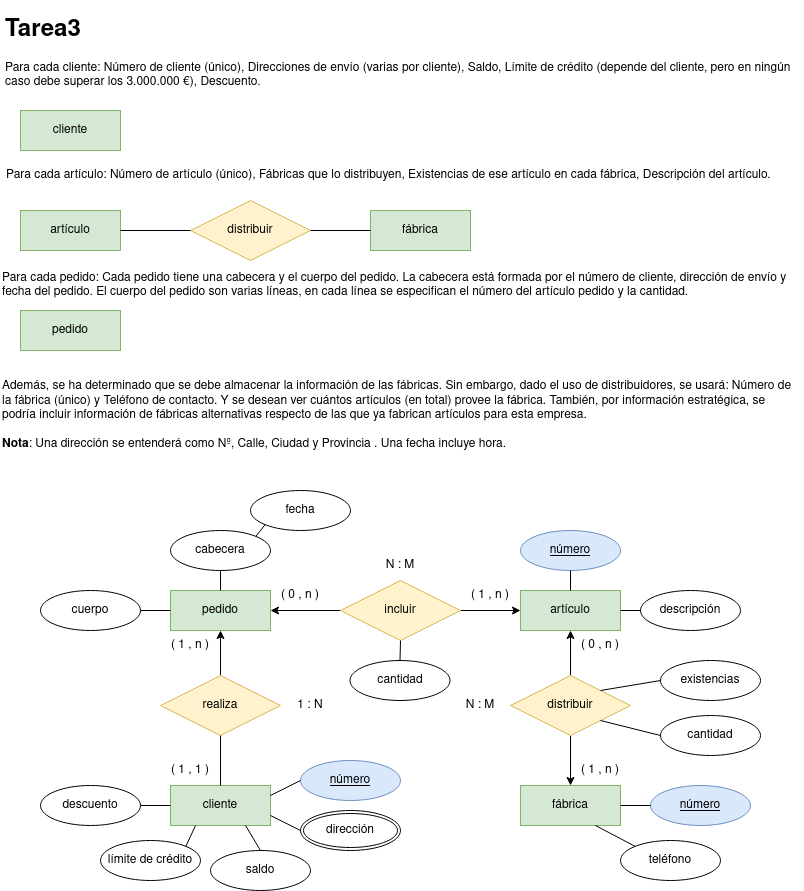
Earlier version of the draw.io export tareasER/tarea3.png (javigh193/bae). Source tidied: cells renumbered, new cells last; positions are measured from the earlier drawing's top-left corner, leaving out a move shared by most shapes.
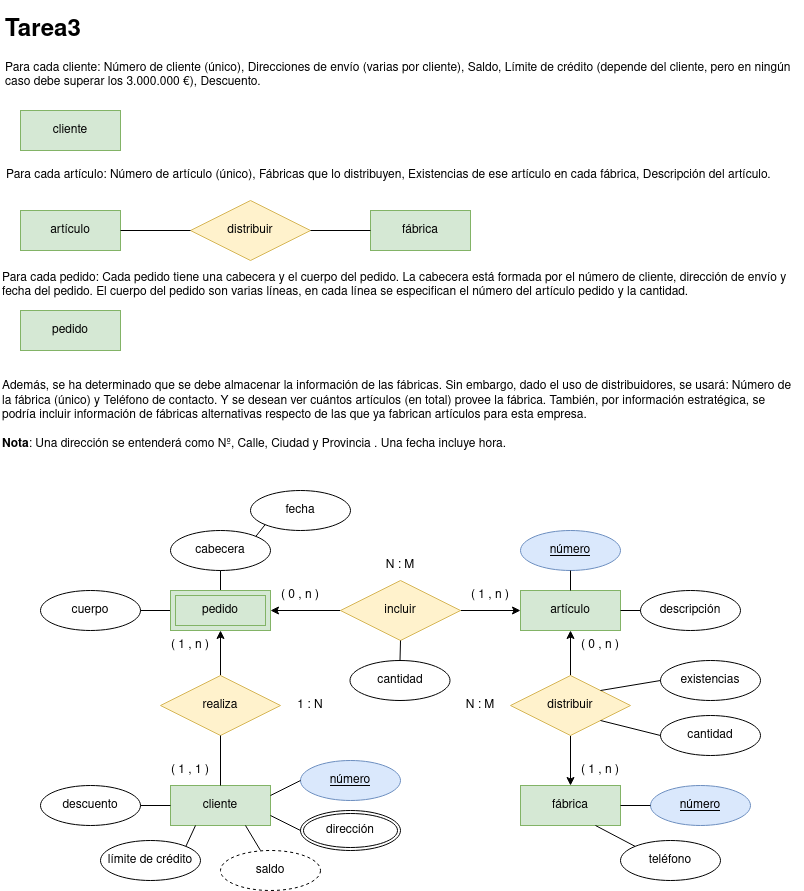
After the commit.

What changed in the source:
```diff
@@ -35,14 +35,13 @@
     <mxCell id="12" value="&lt;div&gt;Además, se ha determinado que se debe almacenar la información de las fábricas. Sin embargo, dado el uso de distribuidores, se usará: Número de la fábrica (único) y Teléfono de contacto. Y se desean ver cuántos artículos (en total) provee la fábrica. También, por información estratégica, se podría incluir información de fábricas alternativas respecto de las que ya fabrican artículos para esta empresa.&lt;/div&gt;&lt;div&gt;&lt;br&gt;&lt;/div&gt;&lt;div&gt;&lt;strong&gt;Nota&lt;/strong&gt;: Una dirección se entenderá como Nº, Calle, Ciudad y Provincia . Una fecha incluye hora.&lt;/div&gt;" style="text;html=1;strokeColor=none;fillColor=none;align=left;verticalAlign=middle;whiteSpace=wrap;rounded=0;" parent="1" vertex="1">
       <mxGeometry y="360" width="799" height="90" as="geometry" />
     </mxCell>
-    <mxCell id="13" value="&lt;div&gt;pedido&lt;/div&gt;" style="whiteSpace=wrap;html=1;align=center;fillColor=#d5e8d4;strokeColor=#82b366;" parent="1" vertex="1">
-      <mxGeometry x="170" y="580" width="100" height="40" as="geometry" />
-    </mxCell>
     <mxCell id="14" value="cliente" style="whiteSpace=wrap;html=1;align=center;fillColor=#d5e8d4;strokeColor=#82b366;" parent="1" vertex="1">
       <mxGeometry x="170" y="775" width="100" height="40" as="geometry" />
     </mxCell>
-    <mxCell id="15" style="edgeStyle=orthogonalEdgeStyle;rounded=0;jettySize=auto;html=1;entryX=0.5;entryY=1;entryDx=0;entryDy=0;" parent="1" edge="1" source="16" target="13">
-      <mxGeometry relative="1" as="geometry" />
+    <mxCell id="15" style="edgeStyle=orthogonalEdgeStyle;rounded=0;jettySize=auto;html=1;entryX=0.5;entryY=1;entryDx=0;entryDy=0;" parent="1" edge="1" source="16">
+      <mxGeometry relative="1" as="geometry">
+        <mxPoint x="220" y="620" as="targetPoint" />
+      </mxGeometry>
     </mxCell>
     <mxCell id="16" value="realiza" style="shape=rhombus;perimeter=rhombusPerimeter;whiteSpace=wrap;html=1;align=center;fillColor=#fff2cc;strokeColor=#d6b656;" parent="1" vertex="1">
       <mxGeometry x="160" y="665" width="120" height="60" as="geometry" />
@@ -53,8 +52,10 @@
     <mxCell id="18" style="edgeStyle=orthogonalEdgeStyle;rounded=0;jettySize=auto;html=1;entryX=0;entryY=0.5;entryDx=0;entryDy=0;" parent="1" edge="1" source="20" target="17">
       <mxGeometry relative="1" as="geometry" />
     </mxCell>
-    <mxCell id="19" style="edgeStyle=orthogonalEdgeStyle;rounded=0;jettySize=auto;html=1;entryX=1;entryY=0.5;entryDx=0;entryDy=0;" parent="1" edge="1" source="20" target="13">
-      <mxGeometry relative="1" as="geometry" />
+    <mxCell id="19" style="edgeStyle=orthogonalEdgeStyle;rounded=0;jettySize=auto;html=1;entryX=1;entryY=0.5;entryDx=0;entryDy=0;" parent="1" edge="1" source="20">
+      <mxGeometry relative="1" as="geometry">
+        <mxPoint x="270" y="600" as="targetPoint" />
+      </mxGeometry>
     </mxCell>
     <mxCell id="20" value="incluir" style="shape=rhombus;perimeter=rhombusPerimeter;whiteSpace=wrap;html=1;align=center;fillColor=#fff2cc;strokeColor=#d6b656;" parent="1" vertex="1">
       <mxGeometry x="340" y="570" width="120" height="60" as="geometry" />
@@ -107,9 +108,6 @@
     <mxCell id="36" value="dirección" style="ellipse;shape=doubleEllipse;margin=3;whiteSpace=wrap;html=1;align=center;" parent="1" vertex="1">
       <mxGeometry x="300" y="800" width="100" height="40" as="geometry" />
     </mxCell>
-    <mxCell id="37" value="saldo" style="ellipse;whiteSpace=wrap;html=1;align=center;" parent="1" vertex="1">
-      <mxGeometry x="210" y="840" width="100" height="40" as="geometry" />
-    </mxCell>
     <mxCell id="38" value="límite de crédito" style="ellipse;whiteSpace=wrap;html=1;align=center;" parent="1" vertex="1">
       <mxGeometry x="100" y="830" width="100" height="40" as="geometry" />
     </mxCell>
@@ -122,8 +120,10 @@
     <mxCell id="41" style="endArrow=none;html=1;rounded=0;exitX=0;exitY=0.5;exitDx=0;exitDy=0;entryX=1;entryY=0.75;entryDx=0;entryDy=0;" parent="1" edge="1" source="36" target="14">
       <mxGeometry relative="1" as="geometry" />
     </mxCell>
-    <mxCell id="42" style="endArrow=none;html=1;rounded=0;exitX=0.5;exitY=0;exitDx=0;exitDy=0;entryX=0.75;entryY=1;entryDx=0;entryDy=0;" parent="1" edge="1" source="37" target="14">
-      <mxGeometry relative="1" as="geometry" />
+    <mxCell id="42" style="endArrow=none;html=1;rounded=0;exitX=0.5;exitY=0;exitDx=0;exitDy=0;entryX=0.75;entryY=1;entryDx=0;entryDy=0;" parent="1" edge="1" target="14">
+      <mxGeometry relative="1" as="geometry">
+        <mxPoint x="260" y="840" as="sourcePoint" />
+      </mxGeometry>
     </mxCell>
     <mxCell id="43" style="endArrow=none;html=1;rounded=0;exitX=1;exitY=0;exitDx=0;exitDy=0;entryX=0.25;entryY=1;entryDx=0;entryDy=0;" parent="1" edge="1" source="38" target="14">
       <mxGeometry relative="1" as="geometry" />
@@ -152,14 +152,18 @@
     <mxCell id="51" value="cabecera" style="ellipse;whiteSpace=wrap;html=1;align=center;" parent="1" vertex="1">
       <mxGeometry x="170" y="520" width="100" height="40" as="geometry" />
     </mxCell>
-    <mxCell id="52" style="endArrow=none;html=1;rounded=0;exitX=0.5;exitY=1;exitDx=0;exitDy=0;entryX=0.5;entryY=0;entryDx=0;entryDy=0;" parent="1" edge="1" source="51" target="13">
-      <mxGeometry relative="1" as="geometry" />
+    <mxCell id="52" style="endArrow=none;html=1;rounded=0;exitX=0.5;exitY=1;exitDx=0;exitDy=0;entryX=0.5;entryY=0;entryDx=0;entryDy=0;" parent="1" edge="1" source="51">
+      <mxGeometry relative="1" as="geometry">
+        <mxPoint x="220" y="580" as="targetPoint" />
+      </mxGeometry>
     </mxCell>
     <mxCell id="53" value="cuerpo" style="ellipse;whiteSpace=wrap;html=1;align=center;" parent="1" vertex="1">
       <mxGeometry x="40" y="580" width="100" height="40" as="geometry" />
     </mxCell>
-    <mxCell id="54" style="endArrow=none;html=1;rounded=0;exitX=1;exitY=0.5;exitDx=0;exitDy=0;entryX=0;entryY=0.5;entryDx=0;entryDy=0;" parent="1" edge="1" source="53" target="13">
-      <mxGeometry relative="1" as="geometry" />
+    <mxCell id="54" style="endArrow=none;html=1;rounded=0;exitX=1;exitY=0.5;exitDx=0;exitDy=0;entryX=0;entryY=0.5;entryDx=0;entryDy=0;" parent="1" edge="1" source="53">
+      <mxGeometry relative="1" as="geometry">
+        <mxPoint x="170" y="600" as="targetPoint" />
+      </mxGeometry>
     </mxCell>
     <mxCell id="55" value="fecha" style="ellipse;whiteSpace=wrap;html=1;align=center;" parent="1" vertex="1">
       <mxGeometry x="250" y="480" width="100" height="40" as="geometry" />
@@ -191,5 +195,11 @@
     <mxCell id="64" style="endArrow=none;html=1;rounded=0;exitX=0;exitY=0.5;exitDx=0;exitDy=0;entryX=1;entryY=1;entryDx=0;entryDy=0;" parent="1" edge="1" source="63" target="24">
       <mxGeometry relative="1" as="geometry" />
     </mxCell>
+    <mxCell id="13" value="pedido" style="shape=ext;margin=3;double=1;whiteSpace=wrap;html=1;align=center;fillColor=#d5e8d4;strokeColor=#82b366;" parent="1" vertex="1">
+      <mxGeometry x="170" y="580" width="100" height="40" as="geometry" />
+    </mxCell>
+    <mxCell id="37" value="saldo" style="ellipse;whiteSpace=wrap;html=1;align=center;dashed=1;" parent="1" vertex="1">
+      <mxGeometry x="220" y="840" width="100" height="40" as="geometry" />
+    </mxCell>
   </root>
 </mxGraphModel>
```
